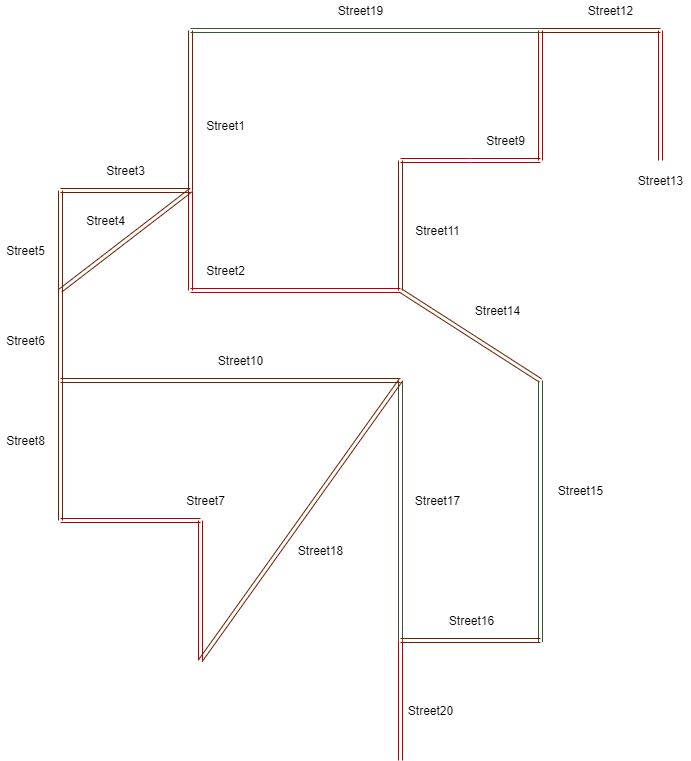
The draw.io diagram lib/map.png in kateriska/IJAprojekt, before a commit. Source tidied: cells renumbered, new cells last; positions are measured from the earlier drawing's top-left corner, leaving out a move shared by most shapes.
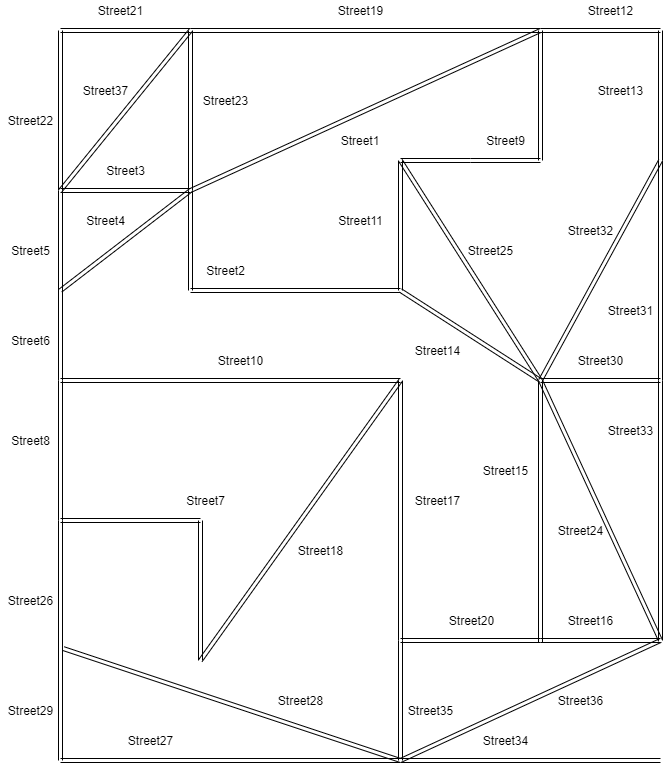
After the commit.

The edit, as a diff of the source:
```diff
@@ -2,56 +2,56 @@
   <root>
     <mxCell id="0" />
     <mxCell id="1" parent="0" />
-    <mxCell id="2" style="shape=link;html=1;fillColor=#a0522d;strokeColor=#6D1F00;" parent="1" edge="1">
+    <mxCell id="2" style="shape=link;html=1;fillColor=#a0522d;strokeColor=#000000;" parent="1" edge="1">
       <mxGeometry relative="1" as="geometry">
         <mxPoint x="60" y="380" as="sourcePoint" />
         <mxPoint x="60" y="190" as="targetPoint" />
       </mxGeometry>
     </mxCell>
-    <mxCell id="3" style="shape=link;html=1;fillColor=#a0522d;strokeColor=#6D1F00;" parent="1" edge="1">
+    <mxCell id="3" style="shape=link;html=1;fillColor=#a0522d;strokeColor=#000000;" parent="1" edge="1">
       <mxGeometry relative="1" as="geometry">
         <mxPoint x="60" y="190" as="sourcePoint" />
         <mxPoint x="190" y="190" as="targetPoint" />
       </mxGeometry>
     </mxCell>
-    <mxCell id="4" style="shape=link;html=1;fillColor=#e51400;strokeColor=#B20000;" parent="1" edge="1">
+    <mxCell id="4" style="shape=link;html=1;fillColor=#e51400;strokeColor=#000000;" parent="1" edge="1">
       <mxGeometry relative="1" as="geometry">
         <mxPoint x="190" y="290" as="sourcePoint" />
         <mxPoint x="190" y="190" as="targetPoint" />
       </mxGeometry>
     </mxCell>
-    <mxCell id="5" style="shape=link;html=1;fillColor=#e51400;strokeColor=#B20000;" parent="1" edge="1">
+    <mxCell id="5" style="shape=link;html=1;fillColor=#000000;strokeColor=#000000;" parent="1" edge="1">
       <mxGeometry relative="1" as="geometry">
         <mxPoint x="190" y="290" as="sourcePoint" />
         <mxPoint x="400" y="290" as="targetPoint" />
       </mxGeometry>
     </mxCell>
-    <mxCell id="6" style="shape=link;html=1;fillColor=#a0522d;strokeColor=#6D1F00;" parent="1" edge="1">
+    <mxCell id="6" style="shape=link;html=1;fillColor=#000000;strokeColor=#000000;" parent="1" edge="1">
       <mxGeometry relative="1" as="geometry">
         <mxPoint x="190" y="190" as="sourcePoint" />
         <mxPoint x="190" y="30" as="targetPoint" />
       </mxGeometry>
     </mxCell>
-    <mxCell id="7" style="shape=link;html=1;fillColor=#a0522d;strokeColor=#6D1F00;" parent="1" edge="1">
+    <mxCell id="7" style="shape=link;html=1;fillColor=#a0522d;strokeColor=#000000;" parent="1" edge="1">
       <mxGeometry relative="1" as="geometry">
         <mxPoint x="60" y="290" as="sourcePoint" />
         <mxPoint x="190" y="190" as="targetPoint" />
       </mxGeometry>
     </mxCell>
-    <mxCell id="8" style="shape=link;html=1;fillColor=#a0522d;strokeColor=#6D1F00;" parent="1" edge="1">
+    <mxCell id="8" style="shape=link;html=1;fillColor=#a0522d;strokeColor=#000000;" parent="1" edge="1">
       <mxGeometry relative="1" as="geometry">
         <mxPoint x="60" y="380" as="sourcePoint" />
         <mxPoint x="400" y="380" as="targetPoint" />
       </mxGeometry>
     </mxCell>
-    <mxCell id="9" style="shape=link;html=1;fillColor=#a0522d;strokeColor=#6D1F00;" parent="1" edge="1">
+    <mxCell id="9" style="shape=link;html=1;fillColor=#a0522d;strokeColor=#000000;" parent="1" edge="1">
       <mxGeometry relative="1" as="geometry">
         <mxPoint x="60" y="380" as="sourcePoint" />
         <mxPoint x="60" y="520" as="targetPoint" />
       </mxGeometry>
     </mxCell>
-    <mxCell id="10" value="Street1" style="text;html=1;align=center;verticalAlign=middle;" parent="1" vertex="1">
-      <mxGeometry x="200" y="115" width="50" height="20" as="geometry" />
+    <mxCell id="10" value="Street23" style="text;html=1;align=center;verticalAlign=middle;" parent="1" vertex="1">
+      <mxGeometry x="195" y="90" width="60" height="20" as="geometry" />
     </mxCell>
     <mxCell id="11" value="Street2" style="text;html=1;align=center;verticalAlign=middle;" parent="1" vertex="1">
       <mxGeometry x="200" y="260" width="50" height="20" as="geometry" />
@@ -63,18 +63,18 @@
       <mxGeometry x="80" y="210" width="50" height="20" as="geometry" />
     </mxCell>
     <mxCell id="14" value="Street5" style="text;html=1;align=center;verticalAlign=middle;" parent="1" vertex="1">
-      <mxGeometry y="240" width="50" height="20" as="geometry" />
+      <mxGeometry x="5" y="240" width="50" height="20" as="geometry" />
     </mxCell>
     <mxCell id="15" value="Street6" style="text;html=1;align=center;verticalAlign=middle;" parent="1" vertex="1">
-      <mxGeometry y="330" width="50" height="20" as="geometry" />
+      <mxGeometry x="5" y="330" width="50" height="20" as="geometry" />
     </mxCell>
-    <mxCell id="16" style="shape=link;html=1;fillColor=#e51400;strokeColor=#B20000;" parent="1" edge="1">
+    <mxCell id="16" style="shape=link;html=1;fillColor=#e51400;strokeColor=#000000;" parent="1" edge="1">
       <mxGeometry relative="1" as="geometry">
         <mxPoint x="60" y="520" as="sourcePoint" />
         <mxPoint x="200" y="520" as="targetPoint" />
       </mxGeometry>
     </mxCell>
-    <mxCell id="17" style="shape=link;html=1;fillColor=#e51400;strokeColor=#B20000;" parent="1" edge="1">
+    <mxCell id="17" style="shape=link;html=1;fillColor=#e51400;strokeColor=#000000;" parent="1" edge="1">
       <mxGeometry relative="1" as="geometry">
         <mxPoint x="200" y="520" as="sourcePoint" />
         <mxPoint x="200" y="660" as="targetPoint" />
@@ -84,15 +84,15 @@
       <mxGeometry x="180" y="490" width="50" height="20" as="geometry" />
     </mxCell>
     <mxCell id="19" value="Street8" style="text;html=1;align=center;verticalAlign=middle;" parent="1" vertex="1">
-      <mxGeometry y="430" width="50" height="20" as="geometry" />
+      <mxGeometry x="5" y="430" width="50" height="20" as="geometry" />
     </mxCell>
-    <mxCell id="20" style="shape=link;html=1;fillColor=#a0522d;strokeColor=#6D1F00;" parent="1" edge="1">
+    <mxCell id="20" style="shape=link;html=1;fillColor=#000000;strokeColor=#000000;" parent="1" edge="1">
       <mxGeometry relative="1" as="geometry">
         <mxPoint x="400" y="290" as="sourcePoint" />
         <mxPoint x="400" y="160" as="targetPoint" />
       </mxGeometry>
     </mxCell>
-    <mxCell id="21" style="shape=link;html=1;fillColor=#e51400;strokeColor=#B20000;" parent="1" edge="1">
+    <mxCell id="21" style="shape=link;html=1;fillColor=#000000;strokeColor=#000000;" parent="1" edge="1">
       <mxGeometry relative="1" as="geometry">
         <mxPoint x="400" y="160" as="sourcePoint" />
         <mxPoint x="540" y="160" as="targetPoint" />
@@ -101,7 +101,7 @@
         </Array>
       </mxGeometry>
     </mxCell>
-    <mxCell id="22" style="shape=link;html=1;fillColor=#e51400;strokeColor=#B20000;" parent="1" edge="1">
+    <mxCell id="22" style="shape=link;html=1;fillColor=#e51400;strokeColor=#000000;" parent="1" edge="1">
       <mxGeometry relative="1" as="geometry">
         <mxPoint x="540" y="160" as="sourcePoint" />
         <mxPoint x="540" y="30" as="targetPoint" />
@@ -114,15 +114,15 @@
       <mxGeometry x="210" y="350" width="60" height="20" as="geometry" />
     </mxCell>
     <mxCell id="25" value="Street11" style="text;html=1;align=center;verticalAlign=middle;" parent="1" vertex="1">
-      <mxGeometry x="407" y="220" width="60" height="20" as="geometry" />
+      <mxGeometry x="330" y="210" width="60" height="20" as="geometry" />
     </mxCell>
-    <mxCell id="26" style="shape=link;html=1;fillColor=#a0522d;strokeColor=#6D1F00;" parent="1" edge="1">
+    <mxCell id="26" style="shape=link;html=1;fillColor=#000000;strokeColor=#000000;" parent="1" edge="1">
       <mxGeometry relative="1" as="geometry">
         <mxPoint x="660" y="30" as="sourcePoint" />
         <mxPoint x="540" y="30" as="targetPoint" />
       </mxGeometry>
     </mxCell>
-    <mxCell id="27" style="shape=link;html=1;fillColor=#e51400;strokeColor=#B20000;" parent="1" edge="1">
+    <mxCell id="27" style="shape=link;html=1;fillColor=#e51400;strokeColor=#000000;" parent="1" edge="1">
       <mxGeometry relative="1" as="geometry">
         <mxPoint x="660" y="160" as="sourcePoint" />
         <mxPoint x="660" y="30" as="targetPoint" />
@@ -132,36 +132,36 @@
       <mxGeometry x="580" width="60" height="20" as="geometry" />
     </mxCell>
     <mxCell id="29" value="Street13" style="text;html=1;align=center;verticalAlign=middle;" parent="1" vertex="1">
-      <mxGeometry x="630" y="170" width="60" height="20" as="geometry" />
+      <mxGeometry x="590" y="80" width="60" height="20" as="geometry" />
     </mxCell>
-    <mxCell id="30" style="shape=link;html=1;fillColor=#a0522d;strokeColor=#6D1F00;" parent="1" edge="1">
+    <mxCell id="30" style="shape=link;html=1;fillColor=#a0522d;strokeColor=#000000;" parent="1" edge="1">
       <mxGeometry relative="1" as="geometry">
         <mxPoint x="540" y="380" as="sourcePoint" />
         <mxPoint x="400" y="290" as="targetPoint" />
       </mxGeometry>
     </mxCell>
     <mxCell id="31" value="Street14" style="text;html=1;align=center;verticalAlign=middle;" parent="1" vertex="1">
-      <mxGeometry x="467" y="300" width="60" height="20" as="geometry" />
+      <mxGeometry x="407" y="340" width="60" height="20" as="geometry" />
     </mxCell>
-    <mxCell id="32" style="shape=link;html=1;fillColor=#6d8764;strokeColor=#3A5431;" parent="1" edge="1">
+    <mxCell id="32" style="shape=link;html=1;fillColor=#6d8764;strokeColor=#000000;" parent="1" edge="1">
       <mxGeometry relative="1" as="geometry">
         <mxPoint x="540" y="380" as="sourcePoint" />
         <mxPoint x="540" y="641.6" as="targetPoint" />
       </mxGeometry>
     </mxCell>
     <mxCell id="33" value="Street15" style="text;html=1;align=center;verticalAlign=middle;" parent="1" vertex="1">
-      <mxGeometry x="550" y="480" width="60" height="20" as="geometry" />
+      <mxGeometry x="475" y="460" width="60" height="20" as="geometry" />
     </mxCell>
-    <mxCell id="34" style="shape=link;html=1;fillColor=#a0522d;strokeColor=#6D1F00;" parent="1" edge="1">
+    <mxCell id="34" style="shape=link;html=1;fillColor=#a0522d;strokeColor=#000000;" parent="1" edge="1">
       <mxGeometry relative="1" as="geometry">
         <mxPoint x="400" y="640" as="sourcePoint" />
         <mxPoint x="540" y="640" as="targetPoint" />
       </mxGeometry>
     </mxCell>
-    <mxCell id="35" value="Street16" style="text;html=1;align=center;verticalAlign=middle;" parent="1" vertex="1">
+    <mxCell id="35" value="Street20" style="text;html=1;align=center;verticalAlign=middle;" parent="1" vertex="1">
       <mxGeometry x="441" y="610" width="60" height="20" as="geometry" />
     </mxCell>
-    <mxCell id="36" style="shape=link;html=1;fillColor=#6d8764;strokeColor=#3A5431;" parent="1" edge="1">
+    <mxCell id="36" style="shape=link;html=1;fillColor=#6d8764;strokeColor=#000000;" parent="1" edge="1">
       <mxGeometry relative="1" as="geometry">
         <mxPoint x="400" y="640" as="sourcePoint" />
         <mxPoint x="400" y="380" as="targetPoint" />
@@ -170,7 +170,7 @@
     <mxCell id="37" value="Street17" style="text;html=1;align=center;verticalAlign=middle;" parent="1" vertex="1">
       <mxGeometry x="407" y="490" width="60" height="20" as="geometry" />
     </mxCell>
-    <mxCell id="38" style="shape=link;html=1;fillColor=#a0522d;strokeColor=#6D1F00;" parent="1" edge="1">
+    <mxCell id="38" style="shape=link;html=1;fillColor=#a0522d;strokeColor=#000000;" parent="1" edge="1">
       <mxGeometry relative="1" as="geometry">
         <mxPoint x="200" y="660" as="sourcePoint" />
         <mxPoint x="400" y="380" as="targetPoint" />
@@ -179,7 +179,7 @@
     <mxCell id="39" value="Street18" style="text;html=1;align=center;verticalAlign=middle;" parent="1" vertex="1">
       <mxGeometry x="290" y="540" width="60" height="20" as="geometry" />
     </mxCell>
-    <mxCell id="40" style="shape=link;html=1;fillColor=#6d8764;strokeColor=#3A5431;" parent="1" edge="1">
+    <mxCell id="40" style="shape=link;html=1;fillColor=#000000;strokeColor=#000000;" parent="1" edge="1">
       <mxGeometry relative="1" as="geometry">
         <mxPoint x="190" y="30" as="sourcePoint" />
         <mxPoint x="540" y="30" as="targetPoint" />
@@ -188,14 +188,161 @@
     <mxCell id="41" value="Street19" style="text;html=1;align=center;verticalAlign=middle;" parent="1" vertex="1">
       <mxGeometry x="330" width="60" height="20" as="geometry" />
     </mxCell>
-    <mxCell id="42" style="shape=link;html=1;fillColor=#e51400;strokeColor=#B20000;" parent="1" edge="1">
+    <mxCell id="42" style="shape=link;html=1;fillColor=#e51400;strokeColor=#000000;" parent="1" edge="1">
       <mxGeometry relative="1" as="geometry">
         <mxPoint x="400" y="760" as="sourcePoint" />
         <mxPoint x="400" y="640" as="targetPoint" />
       </mxGeometry>
     </mxCell>
-    <mxCell id="43" value="Street20" style="text;html=1;align=center;verticalAlign=middle;" parent="1" vertex="1">
+    <mxCell id="43" value="Street35" style="text;html=1;align=center;verticalAlign=middle;" parent="1" vertex="1">
       <mxGeometry x="400" y="700" width="60" height="20" as="geometry" />
     </mxCell>
+    <mxCell id="44" style="shape=link;html=1;" parent="1" edge="1">
+      <mxGeometry relative="1" as="geometry">
+        <mxPoint x="60" y="190" as="sourcePoint" />
+        <mxPoint x="60" y="30" as="targetPoint" />
+      </mxGeometry>
+    </mxCell>
+    <mxCell id="45" style="shape=link;html=1;" parent="1" edge="1">
+      <mxGeometry relative="1" as="geometry">
+        <mxPoint x="60" y="30" as="sourcePoint" />
+        <mxPoint x="190" y="30" as="targetPoint" />
+      </mxGeometry>
+    </mxCell>
+    <mxCell id="46" style="shape=link;html=1;" parent="1" edge="1">
+      <mxGeometry relative="1" as="geometry">
+        <mxPoint x="190" y="190" as="sourcePoint" />
+        <mxPoint x="540" y="30" as="targetPoint" />
+      </mxGeometry>
+    </mxCell>
+    <mxCell id="47" value="Street22" style="text;html=1;align=center;verticalAlign=middle;" parent="1" vertex="1">
+      <mxGeometry y="110" width="60" height="20" as="geometry" />
+    </mxCell>
+    <mxCell id="48" value="Street21" style="text;html=1;align=center;verticalAlign=middle;" parent="1" vertex="1">
+      <mxGeometry x="90" width="60" height="20" as="geometry" />
+    </mxCell>
+    <mxCell id="49" value="Street1" style="text;html=1;strokeColor=none;fillColor=none;align=center;verticalAlign=middle;whiteSpace=wrap;rounded=0;" parent="1" vertex="1">
+      <mxGeometry x="340" y="130" width="40" height="20" as="geometry" />
+    </mxCell>
+    <mxCell id="50" style="shape=link;html=1;" parent="1" edge="1">
+      <mxGeometry relative="1" as="geometry">
+        <mxPoint x="540" y="380" as="sourcePoint" />
+        <mxPoint x="660" y="160" as="targetPoint" />
+      </mxGeometry>
+    </mxCell>
+    <mxCell id="51" value="Street32" style="text;html=1;align=center;verticalAlign=middle;" parent="1" vertex="1">
+      <mxGeometry x="560" y="220" width="60" height="20" as="geometry" />
+    </mxCell>
+    <mxCell id="52" style="shape=link;html=1;" parent="1" edge="1">
+      <mxGeometry relative="1" as="geometry">
+        <mxPoint x="60" y="190" as="sourcePoint" />
+        <mxPoint x="190" y="30" as="targetPoint" />
+      </mxGeometry>
+    </mxCell>
+    <mxCell id="53" value="Street37" style="text;html=1;align=center;verticalAlign=middle;" parent="1" vertex="1">
+      <mxGeometry x="75" y="80" width="60" height="20" as="geometry" />
+    </mxCell>
+    <mxCell id="54" style="shape=link;html=1;strokeColor=#000000;fillColor=#000000;" parent="1" edge="1">
+      <mxGeometry relative="1" as="geometry">
+        <mxPoint x="540" y="380" as="sourcePoint" />
+        <mxPoint x="400" y="160" as="targetPoint" />
+      </mxGeometry>
+    </mxCell>
+    <mxCell id="55" value="Street25" style="text;html=1;align=center;verticalAlign=middle;" parent="1" vertex="1">
+      <mxGeometry x="460" y="240" width="60" height="20" as="geometry" />
+    </mxCell>
+    <mxCell id="56" style="shape=link;html=1;strokeColor=#000000;fillColor=#000000;" parent="1" edge="1">
+      <mxGeometry relative="1" as="geometry">
+        <mxPoint x="60" y="760" as="sourcePoint" />
+        <mxPoint x="60" y="520" as="targetPoint" />
+      </mxGeometry>
+    </mxCell>
+    <mxCell id="57" style="shape=link;html=1;strokeColor=#000000;fillColor=#000000;" parent="1" edge="1">
+      <mxGeometry relative="1" as="geometry">
+        <mxPoint x="60" y="760" as="sourcePoint" />
+        <mxPoint x="400" y="760" as="targetPoint" />
+      </mxGeometry>
+    </mxCell>
+    <mxCell id="58" style="shape=link;html=1;strokeColor=#000000;fillColor=#000000;exitX=1.053;exitY=0.91;exitDx=0;exitDy=0;exitPerimeter=0;" parent="1" edge="1">
+      <mxGeometry relative="1" as="geometry">
+        <mxPoint x="63.2" y="648.2" as="sourcePoint" />
+        <mxPoint x="400" y="760" as="targetPoint" />
+      </mxGeometry>
+    </mxCell>
+    <mxCell id="59" style="shape=link;html=1;strokeColor=#000000;fillColor=#000000;" parent="1" edge="1">
+      <mxGeometry relative="1" as="geometry">
+        <mxPoint x="400" y="760" as="sourcePoint" />
+        <mxPoint x="660" y="760" as="targetPoint" />
+      </mxGeometry>
+    </mxCell>
+    <mxCell id="60" value="Street26" style="text;html=1;align=center;verticalAlign=middle;" parent="1" vertex="1">
+      <mxGeometry y="590" width="60" height="20" as="geometry" />
+    </mxCell>
+    <mxCell id="61" value="Street29" style="text;html=1;align=center;verticalAlign=middle;" parent="1" vertex="1">
+      <mxGeometry y="700" width="60" height="20" as="geometry" />
+    </mxCell>
+    <mxCell id="62" value="Street28" style="text;html=1;align=center;verticalAlign=middle;" parent="1" vertex="1">
+      <mxGeometry x="270" y="690" width="60" height="20" as="geometry" />
+    </mxCell>
+    <mxCell id="63" value="Street27" style="text;html=1;align=center;verticalAlign=middle;" parent="1" vertex="1">
+      <mxGeometry x="120" y="730" width="60" height="20" as="geometry" />
+    </mxCell>
+    <mxCell id="64" value="Street34" style="text;html=1;align=center;verticalAlign=middle;" parent="1" vertex="1">
+      <mxGeometry x="475" y="730" width="60" height="20" as="geometry" />
+    </mxCell>
+    <mxCell id="65" style="shape=link;html=1;strokeColor=#000000;fillColor=#000000;" parent="1" edge="1">
+      <mxGeometry relative="1" as="geometry">
+        <mxPoint x="660" y="380" as="sourcePoint" />
+        <mxPoint x="660" y="160" as="targetPoint" />
+      </mxGeometry>
+    </mxCell>
+    <mxCell id="66" style="shape=link;html=1;strokeColor=#000000;fillColor=#000000;" parent="1" edge="1">
+      <mxGeometry relative="1" as="geometry">
+        <mxPoint x="540" y="380" as="sourcePoint" />
+        <mxPoint x="660" y="380" as="targetPoint" />
+      </mxGeometry>
+    </mxCell>
+    <mxCell id="67" style="shape=link;html=1;strokeColor=#000000;fillColor=#000000;" parent="1" edge="1">
+      <mxGeometry relative="1" as="geometry">
+        <mxPoint x="660" y="640" as="sourcePoint" />
+        <mxPoint x="540" y="380" as="targetPoint" />
+      </mxGeometry>
+    </mxCell>
+    <mxCell id="68" style="shape=link;html=1;strokeColor=#000000;fillColor=#000000;" parent="1" edge="1">
+      <mxGeometry relative="1" as="geometry">
+        <mxPoint x="660" y="640" as="sourcePoint" />
+        <mxPoint x="660" y="380" as="targetPoint" />
+      </mxGeometry>
+    </mxCell>
+    <mxCell id="69" style="shape=link;html=1;strokeColor=#000000;fillColor=#000000;" parent="1" edge="1">
+      <mxGeometry relative="1" as="geometry">
+        <mxPoint x="540" y="640" as="sourcePoint" />
+        <mxPoint x="660" y="640" as="targetPoint" />
+      </mxGeometry>
+    </mxCell>
+    <mxCell id="70" style="shape=link;html=1;strokeColor=#000000;fillColor=#000000;" parent="1" edge="1">
+      <mxGeometry relative="1" as="geometry">
+        <mxPoint x="400" y="760" as="sourcePoint" />
+        <mxPoint x="660" y="640" as="targetPoint" />
+      </mxGeometry>
+    </mxCell>
+    <mxCell id="71" value="Street31" style="text;html=1;align=center;verticalAlign=middle;" parent="1" vertex="1">
+      <mxGeometry x="600" y="300" width="60" height="20" as="geometry" />
+    </mxCell>
+    <mxCell id="72" value="Street30" style="text;html=1;align=center;verticalAlign=middle;" parent="1" vertex="1">
+      <mxGeometry x="570" y="350" width="60" height="20" as="geometry" />
+    </mxCell>
+    <mxCell id="73" value="Street33" style="text;html=1;align=center;verticalAlign=middle;" parent="1" vertex="1">
+      <mxGeometry x="600" y="420" width="60" height="20" as="geometry" />
+    </mxCell>
+    <mxCell id="74" value="Street24" style="text;html=1;align=center;verticalAlign=middle;" parent="1" vertex="1">
+      <mxGeometry x="550" y="520" width="60" height="20" as="geometry" />
+    </mxCell>
+    <mxCell id="75" value="Street16" style="text;html=1;align=center;verticalAlign=middle;" parent="1" vertex="1">
+      <mxGeometry x="560" y="610" width="60" height="20" as="geometry" />
+    </mxCell>
+    <mxCell id="76" value="Street36" style="text;html=1;align=center;verticalAlign=middle;" parent="1" vertex="1">
+      <mxGeometry x="550" y="690" width="60" height="20" as="geometry" />
+    </mxCell>
   </root>
 </mxGraphModel>
```
